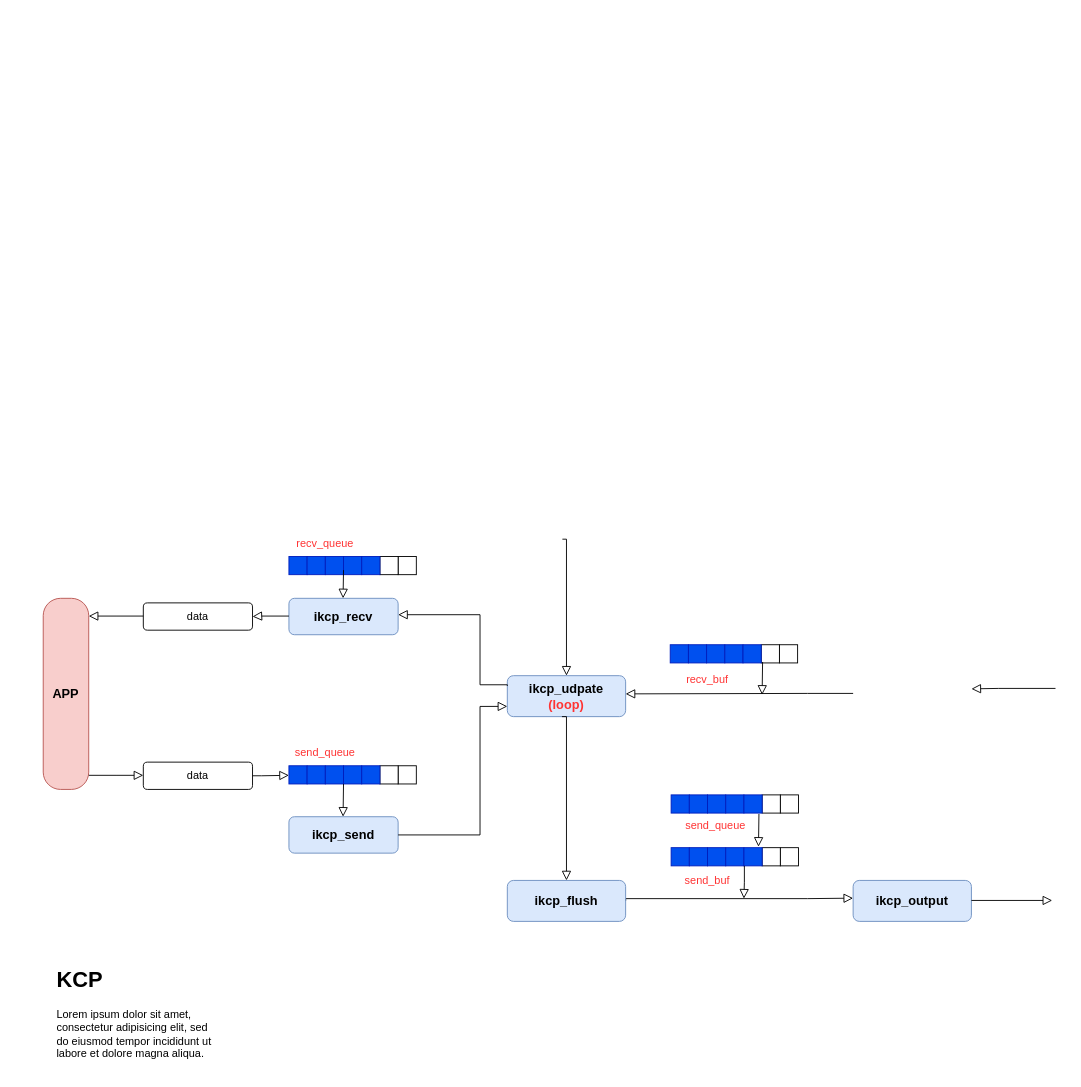
Above: kcp-window.drawio in homike/media (draw.io), before the change. Source tidied: cells renumbered, new cells numbered last; positions are measured from the earlier drawing's top-left corner, leaving out a move shared by most shapes. Both pictures are drawn from the tidied source at 91%, with x=0, y=0 at pixel (43, 534).
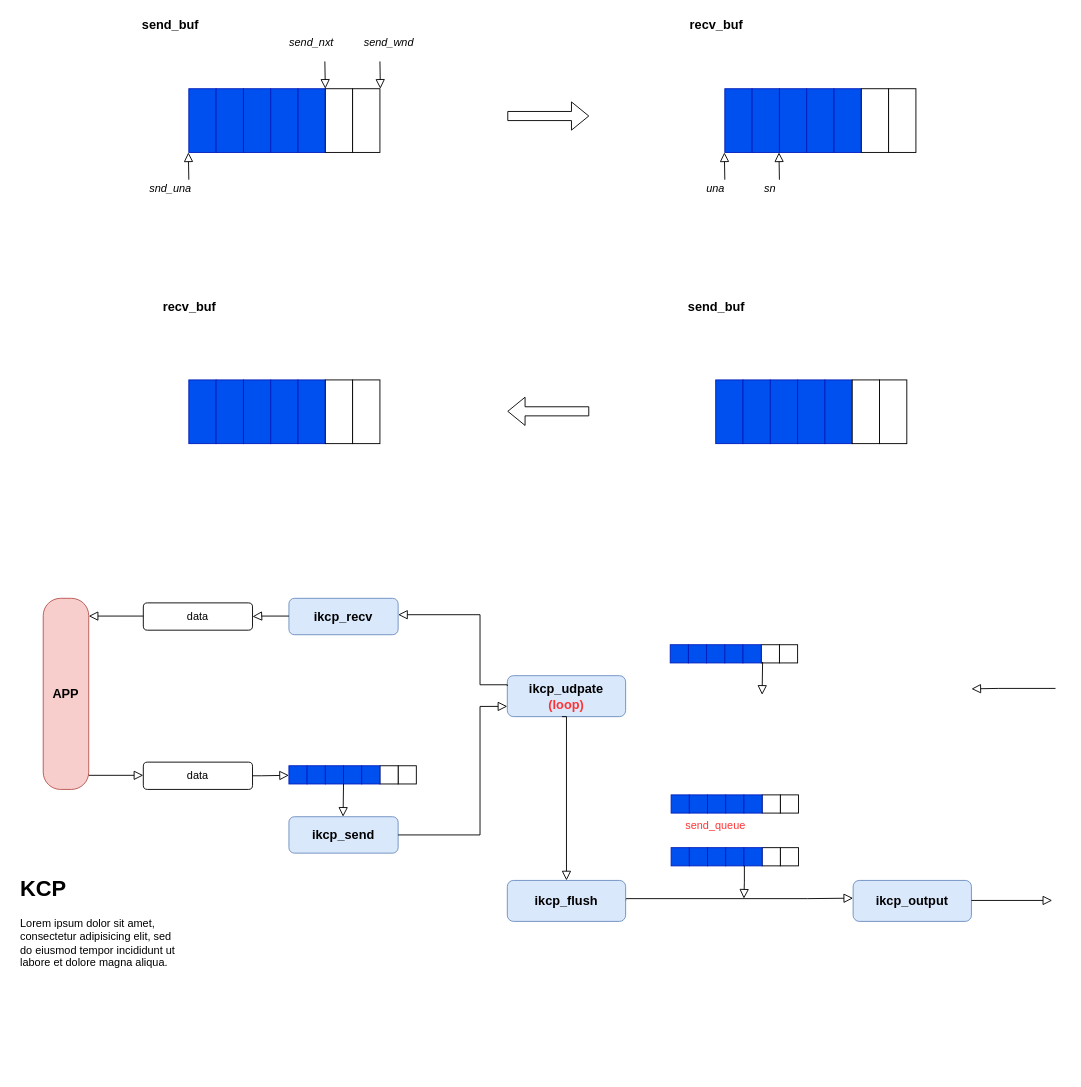
The same diagram, later.

Unchanged cells that the change refers to:
```xml
<mxCell id="19" value="ikcp_udpate&lt;br&gt;&lt;font color=&quot;#ff3333&quot;&gt;(loop)&lt;/font&gt;" style="rounded=1;whiteSpace=wrap;html=1;fontSize=14;glass=0;strokeWidth=1;shadow=0;fillColor=#dae8fc;strokeColor=#6c8ebf;fontStyle=1;" parent="1" vertex="1">
  <mxGeometry x="510" y="155" width="130" height="45" as="geometry" />
</mxCell>
```

Change to the diagram source:
```diff
@@
     <mxCell id="20" style="rounded=0;whiteSpace=wrap;html=1;fillColor=#0050ef;strokeColor=#001DBC;fontColor=#ffffff;" parent="1" vertex="1">
-      <mxGeometry x="270" y="24" width="20" height="20" as="geometry" />
+      <mxGeometry x="160" y="-490" width="30" height="70" as="geometry" />
     </mxCell>
-    <mxCell id="21" style="rounded=0;whiteSpace=wrap;html=1;fillColor=#0050ef;strokeColor=#001DBC;fontColor=#ffffff;" parent="1" vertex="1">
-      <mxGeometry x="290" y="24" width="20" height="20" as="geometry" />
-    </mxCell>
-    <mxCell id="22" style="rounded=0;whiteSpace=wrap;html=1;fillColor=#0050ef;strokeColor=#001DBC;fontColor=#ffffff;" parent="1" vertex="1">
-      <mxGeometry x="310" y="24" width="20" height="20" as="geometry" />
-    </mxCell>
-    <mxCell id="23" style="rounded=0;whiteSpace=wrap;html=1;" parent="1" vertex="1">
-      <mxGeometry x="390" y="24" width="20" height="20" as="geometry" />
-    </mxCell>
-    <mxCell id="24" style="rounded=0;whiteSpace=wrap;html=1;" parent="1" vertex="1">
-      <mxGeometry x="370" y="24" width="20" height="20" as="geometry" />
-    </mxCell>
-    <mxCell id="25" style="rounded=0;whiteSpace=wrap;html=1;fillColor=#0050ef;strokeColor=#001DBC;fontColor=#ffffff;" parent="1" vertex="1">
-      <mxGeometry x="330" y="24" width="20" height="20" as="geometry" />
-    </mxCell>
-    <mxCell id="26" style="rounded=0;whiteSpace=wrap;html=1;fillColor=#0050ef;strokeColor=#001DBC;fontColor=#ffffff;" parent="1" vertex="1">
-      <mxGeometry x="350" y="24" width="20" height="20" as="geometry" />
-    </mxCell>
-    <mxCell id="27" style="rounded=0;html=1;jettySize=auto;fontSize=11;endArrow=block;endFill=0;endSize=8;strokeWidth=1;shadow=0;labelBackgroundColor=none;edgeStyle=orthogonalEdgeStyle;exitX=1;exitY=0.75;exitDx=0;exitDy=0;" parent="1" edge="1" source="22">
-      <mxGeometry y="20" relative="1" as="geometry">
-        <mxPoint x="329.5" y="70" as="targetPoint" />
-      </mxGeometry>
-    </mxCell>
@@
-    <mxCell id="31" style="rounded=0;html=1;jettySize=auto;orthogonalLoop=1;fontSize=11;endArrow=block;endFill=0;endSize=8;strokeWidth=1;shadow=0;labelBackgroundColor=none;edgeStyle=orthogonalEdgeStyle;exitX=0.067;exitY=0;exitDx=0;exitDy=0;exitPerimeter=0;" parent="1" edge="1">
-      <mxGeometry relative="1" as="geometry">
-        <mxPoint x="890" y="174.5" as="sourcePoint" />
-        <mxPoint x="640" y="175" as="targetPoint" />
-        <Array as="points">
-          <mxPoint x="840" y="175" />
-          <mxPoint x="840" y="175" />
-        </Array>
-      </mxGeometry>
-    </mxCell>
@@
-    <mxCell id="49" style="rounded=0;html=1;jettySize=auto;fontSize=11;endArrow=block;endFill=0;endSize=8;strokeWidth=1;shadow=0;labelBackgroundColor=none;edgeStyle=orthogonalEdgeStyle;exitX=1;exitY=1;exitDx=0;exitDy=0;" parent="1" edge="1" target="19">
-      <mxGeometry y="20" relative="1" as="geometry">
-        <mxPoint x="570.5" y="5" as="sourcePoint" />
-        <Array as="points">
-          <mxPoint x="575" y="5" />
-        </Array>
-      </mxGeometry>
-    </mxCell>
-    <mxCell id="50" style="rounded=0;html=1;jettySize=auto;orthogonalLoop=1;fontSize=11;endArrow=block;endFill=0;endSize=8;strokeWidth=1;shadow=0;labelBackgroundColor=none;edgeStyle=orthogonalEdgeStyle;exitX=1;exitY=1;exitDx=0;exitDy=0;" parent="1" edge="1">
+    <mxCell id="50" style="rounded=0;html=1;jettySize=auto;orthogonalLoop=1;fontSize=11;endArrow=block;endFill=0;endSize=8;strokeWidth=1;shadow=0;labelBackgroundColor=none;edgeStyle=orthogonalEdgeStyle;" parent="1" edge="1">
       <mxGeometry y="20" relative="1" as="geometry">
-        <mxPoint x="786.5" y="307" as="sourcePoint" />
-        <mxPoint x="786" y="343" as="targetPoint" />
+        <mxPoint x="160" y="-390" as="sourcePoint" />
+        <mxPoint x="159.5" y="-420" as="targetPoint" />
       </mxGeometry>
     </mxCell>
@@
-    <mxCell id="60" value="recv_buf" style="text;html=1;strokeColor=none;fillColor=none;align=center;verticalAlign=middle;whiteSpace=wrap;rounded=0;fontColor=#FF3333;" parent="1" vertex="1">
-      <mxGeometry x="710" y="149.5" width="40" height="20" as="geometry" />
+    <mxCell id="60" value="snd_una" style="text;html=1;strokeColor=none;fillColor=none;align=center;verticalAlign=middle;whiteSpace=wrap;rounded=0;fontStyle=2;" parent="1" vertex="1">
+      <mxGeometry x="120" y="-390" width="40" height="20" as="geometry" />
     </mxCell>
-    <mxCell id="61" value="send_buf" style="text;html=1;strokeColor=none;fillColor=none;align=center;verticalAlign=middle;whiteSpace=wrap;rounded=0;fontColor=#FF3333;" parent="1" vertex="1">
-      <mxGeometry x="710" y="370" width="40" height="20" as="geometry" />
+    <mxCell id="61" value="send_wnd" style="text;html=1;strokeColor=none;fillColor=none;align=center;verticalAlign=middle;whiteSpace=wrap;rounded=0;fontStyle=2;" parent="1" vertex="1">
+      <mxGeometry x="360" y="-550" width="40" height="20" as="geometry" />
     </mxCell>
@@
-    <mxCell id="65" value="recv_queue" style="text;html=1;strokeColor=none;fillColor=none;align=center;verticalAlign=middle;whiteSpace=wrap;rounded=0;fontColor=#FF3333;" parent="1" vertex="1">
-      <mxGeometry x="290" width="40" height="20" as="geometry" />
-    </mxCell>
-    <mxCell id="66" value="send_queue" style="text;html=1;strokeColor=none;fillColor=none;align=center;verticalAlign=middle;whiteSpace=wrap;rounded=0;fontColor=#FF3333;" parent="1" vertex="1">
-      <mxGeometry x="290" y="230" width="40" height="20" as="geometry" />
+    <mxCell id="66" value="send_buf" style="text;html=1;strokeColor=none;fillColor=none;align=center;verticalAlign=middle;whiteSpace=wrap;rounded=0;fontSize=14;fontStyle=1;" parent="1" vertex="1">
+      <mxGeometry x="120" y="-570" width="40" height="20" as="geometry" />
     </mxCell>
     <mxCell id="67" value="&lt;h1&gt;KCP&lt;/h1&gt;&lt;p&gt;Lorem ipsum dolor sit amet, consectetur adipisicing elit, sed do eiusmod tempor incididunt ut labore et dolore magna aliqua.&lt;/p&gt;" style="text;html=1;strokeColor=none;fillColor=none;spacing=5;spacingTop=-20;whiteSpace=wrap;overflow=hidden;rounded=0;" parent="1" vertex="1">
-      <mxGeometry x="10" y="470" width="190" height="120" as="geometry" />
+      <mxGeometry x="-30" y="370" width="190" height="120" as="geometry" />
     </mxCell>
+    <mxCell id="68" style="rounded=0;whiteSpace=wrap;html=1;fillColor=#0050ef;strokeColor=#001DBC;fontColor=#ffffff;" parent="1" vertex="1">
+      <mxGeometry x="190" y="-490" width="30" height="70" as="geometry" />
+    </mxCell>
+    <mxCell id="69" style="rounded=0;whiteSpace=wrap;html=1;fillColor=#0050ef;strokeColor=#001DBC;fontColor=#ffffff;" parent="1" vertex="1">
+      <mxGeometry x="220" y="-490" width="30" height="70" as="geometry" />
+    </mxCell>
+    <mxCell id="70" style="rounded=0;whiteSpace=wrap;html=1;fillColor=#0050ef;strokeColor=#001DBC;fontColor=#ffffff;" parent="1" vertex="1">
+      <mxGeometry x="250" y="-490" width="30" height="70" as="geometry" />
+    </mxCell>
+    <mxCell id="71" style="rounded=0;whiteSpace=wrap;html=1;fillColor=#0050ef;strokeColor=#001DBC;fontColor=#ffffff;" parent="1" vertex="1">
+      <mxGeometry x="280" y="-490" width="30" height="70" as="geometry" />
+    </mxCell>
+    <mxCell id="72" style="rounded=0;whiteSpace=wrap;html=1;" parent="1" vertex="1">
+      <mxGeometry x="310" y="-490" width="30" height="70" as="geometry" />
+    </mxCell>
+    <mxCell id="73" style="rounded=0;whiteSpace=wrap;html=1;" parent="1" vertex="1">
+      <mxGeometry x="340" y="-490" width="30" height="70" as="geometry" />
+    </mxCell>
+    <mxCell id="74" style="rounded=0;whiteSpace=wrap;html=1;fillColor=#0050ef;strokeColor=#001DBC;fontColor=#ffffff;" parent="1" vertex="1">
+      <mxGeometry x="749" y="-490" width="30" height="70" as="geometry" />
+    </mxCell>
+    <mxCell id="75" value="recv_buf" style="text;html=1;strokeColor=none;fillColor=none;align=center;verticalAlign=middle;whiteSpace=wrap;rounded=0;fontSize=14;fontStyle=1;" parent="1" vertex="1">
+      <mxGeometry x="720" y="-570" width="40" height="20" as="geometry" />
+    </mxCell>
+    <mxCell id="76" style="rounded=0;whiteSpace=wrap;html=1;fillColor=#0050ef;strokeColor=#001DBC;fontColor=#ffffff;" parent="1" vertex="1">
+      <mxGeometry x="779" y="-490" width="30" height="70" as="geometry" />
+    </mxCell>
+    <mxCell id="77" style="rounded=0;whiteSpace=wrap;html=1;fillColor=#0050ef;strokeColor=#001DBC;fontColor=#ffffff;" parent="1" vertex="1">
+      <mxGeometry x="809" y="-490" width="30" height="70" as="geometry" />
+    </mxCell>
+    <mxCell id="78" style="rounded=0;whiteSpace=wrap;html=1;fillColor=#0050ef;strokeColor=#001DBC;fontColor=#ffffff;" parent="1" vertex="1">
+      <mxGeometry x="839" y="-490" width="30" height="70" as="geometry" />
+    </mxCell>
+    <mxCell id="79" style="rounded=0;whiteSpace=wrap;html=1;fillColor=#0050ef;strokeColor=#001DBC;fontColor=#ffffff;" parent="1" vertex="1">
+      <mxGeometry x="869" y="-490" width="30" height="70" as="geometry" />
+    </mxCell>
+    <mxCell id="80" style="rounded=0;whiteSpace=wrap;html=1;" parent="1" vertex="1">
+      <mxGeometry x="899" y="-490" width="30" height="70" as="geometry" />
+    </mxCell>
+    <mxCell id="81" style="rounded=0;whiteSpace=wrap;html=1;" parent="1" vertex="1">
+      <mxGeometry x="929" y="-490" width="30" height="70" as="geometry" />
+    </mxCell>
+    <mxCell id="82" style="rounded=0;whiteSpace=wrap;html=1;fillColor=#0050ef;strokeColor=#001DBC;fontColor=#ffffff;" parent="1" vertex="1">
+      <mxGeometry x="160" y="-170" width="30" height="70" as="geometry" />
+    </mxCell>
+    <mxCell id="83" value="recv_buf" style="text;html=1;strokeColor=none;fillColor=none;align=center;verticalAlign=middle;whiteSpace=wrap;rounded=0;fontSize=14;fontStyle=1;" parent="1" vertex="1">
+      <mxGeometry x="141" y="-260" width="40" height="20" as="geometry" />
+    </mxCell>
+    <mxCell id="84" style="rounded=0;whiteSpace=wrap;html=1;fillColor=#0050ef;strokeColor=#001DBC;fontColor=#ffffff;" parent="1" vertex="1">
+      <mxGeometry x="190" y="-170" width="30" height="70" as="geometry" />
+    </mxCell>
+    <mxCell id="85" style="rounded=0;whiteSpace=wrap;html=1;fillColor=#0050ef;strokeColor=#001DBC;fontColor=#ffffff;" parent="1" vertex="1">
+      <mxGeometry x="220" y="-170" width="30" height="70" as="geometry" />
+    </mxCell>
+    <mxCell id="86" style="rounded=0;whiteSpace=wrap;html=1;fillColor=#0050ef;strokeColor=#001DBC;fontColor=#ffffff;" parent="1" vertex="1">
+      <mxGeometry x="250" y="-170" width="30" height="70" as="geometry" />
+    </mxCell>
+    <mxCell id="87" style="rounded=0;whiteSpace=wrap;html=1;fillColor=#0050ef;strokeColor=#001DBC;fontColor=#ffffff;" parent="1" vertex="1">
+      <mxGeometry x="280" y="-170" width="30" height="70" as="geometry" />
+    </mxCell>
+    <mxCell id="88" style="rounded=0;whiteSpace=wrap;html=1;" parent="1" vertex="1">
+      <mxGeometry x="310" y="-170" width="30" height="70" as="geometry" />
+    </mxCell>
+    <mxCell id="89" style="rounded=0;whiteSpace=wrap;html=1;" parent="1" vertex="1">
+      <mxGeometry x="340" y="-170" width="30" height="70" as="geometry" />
+    </mxCell>
+    <mxCell id="90" style="rounded=0;whiteSpace=wrap;html=1;fillColor=#0050ef;strokeColor=#001DBC;fontColor=#ffffff;" parent="1" vertex="1">
+      <mxGeometry x="739" y="-170" width="30" height="70" as="geometry" />
+    </mxCell>
+    <mxCell id="91" value="send_buf" style="text;html=1;strokeColor=none;fillColor=none;align=center;verticalAlign=middle;whiteSpace=wrap;rounded=0;fontSize=14;fontStyle=1;" parent="1" vertex="1">
+      <mxGeometry x="720" y="-260" width="40" height="20" as="geometry" />
+    </mxCell>
+    <mxCell id="92" style="rounded=0;whiteSpace=wrap;html=1;fillColor=#0050ef;strokeColor=#001DBC;fontColor=#ffffff;" parent="1" vertex="1">
+      <mxGeometry x="769" y="-170" width="30" height="70" as="geometry" />
+    </mxCell>
+    <mxCell id="93" style="rounded=0;whiteSpace=wrap;html=1;fillColor=#0050ef;strokeColor=#001DBC;fontColor=#ffffff;" parent="1" vertex="1">
+      <mxGeometry x="799" y="-170" width="30" height="70" as="geometry" />
+    </mxCell>
+    <mxCell id="94" style="rounded=0;whiteSpace=wrap;html=1;fillColor=#0050ef;strokeColor=#001DBC;fontColor=#ffffff;" parent="1" vertex="1">
+      <mxGeometry x="829" y="-170" width="30" height="70" as="geometry" />
+    </mxCell>
+    <mxCell id="95" style="rounded=0;whiteSpace=wrap;html=1;fillColor=#0050ef;strokeColor=#001DBC;fontColor=#ffffff;" parent="1" vertex="1">
+      <mxGeometry x="859" y="-170" width="30" height="70" as="geometry" />
+    </mxCell>
+    <mxCell id="96" style="rounded=0;whiteSpace=wrap;html=1;" parent="1" vertex="1">
+      <mxGeometry x="889" y="-170" width="30" height="70" as="geometry" />
+    </mxCell>
+    <mxCell id="97" style="rounded=0;whiteSpace=wrap;html=1;" parent="1" vertex="1">
+      <mxGeometry x="919" y="-170" width="30" height="70" as="geometry" />
+    </mxCell>
+    <mxCell id="98" style="shape=flexArrow;endArrow=classic;html=1;fontSize=14;fontColor=#000000;" parent="1" edge="1">
+      <mxGeometry relative="1" as="geometry">
+        <mxPoint x="510" y="-460" as="sourcePoint" />
+        <mxPoint x="600" y="-460" as="targetPoint" />
+      </mxGeometry>
+    </mxCell>
+    <mxCell id="99" style="shape=flexArrow;endArrow=classic;html=1;fontSize=14;fontColor=#000000;" parent="1" edge="1">
+      <mxGeometry relative="1" as="geometry">
+        <mxPoint x="600" y="-135.5" as="sourcePoint" />
+        <mxPoint x="510" y="-135.5" as="targetPoint" />
+      </mxGeometry>
+    </mxCell>
+    <mxCell id="100" style="rounded=0;html=1;jettySize=auto;orthogonalLoop=1;fontSize=11;endArrow=block;endFill=0;endSize=8;strokeWidth=1;shadow=0;labelBackgroundColor=none;edgeStyle=orthogonalEdgeStyle;" parent="1" edge="1">
+      <mxGeometry y="20" relative="1" as="geometry">
+        <mxPoint x="370" y="-520" as="sourcePoint" />
+        <mxPoint x="370.5" y="-490" as="targetPoint" />
+      </mxGeometry>
+    </mxCell>
+    <mxCell id="101" value="send_nxt" style="text;html=1;strokeColor=none;fillColor=none;align=center;verticalAlign=middle;whiteSpace=wrap;rounded=0;fontStyle=2;" parent="1" vertex="1">
+      <mxGeometry x="275" y="-550" width="40" height="20" as="geometry" />
+    </mxCell>
+    <mxCell id="102" style="rounded=0;html=1;jettySize=auto;orthogonalLoop=1;fontSize=11;endArrow=block;endFill=0;endSize=8;strokeWidth=1;shadow=0;labelBackgroundColor=none;edgeStyle=orthogonalEdgeStyle;" parent="1" edge="1">
+      <mxGeometry y="20" relative="1" as="geometry">
+        <mxPoint x="309.5" y="-520" as="sourcePoint" />
+        <mxPoint x="310" y="-490" as="targetPoint" />
+      </mxGeometry>
+    </mxCell>
+    <mxCell id="103" value="una" style="text;html=1;strokeColor=none;fillColor=none;align=center;verticalAlign=middle;whiteSpace=wrap;rounded=0;fontStyle=2;" parent="1" vertex="1">
+      <mxGeometry x="719" y="-390" width="40" height="20" as="geometry" />
+    </mxCell>
+    <mxCell id="104" style="rounded=0;html=1;jettySize=auto;orthogonalLoop=1;fontSize=11;endArrow=block;endFill=0;endSize=8;strokeWidth=1;shadow=0;labelBackgroundColor=none;edgeStyle=orthogonalEdgeStyle;" parent="1" edge="1">
+      <mxGeometry y="20" relative="1" as="geometry">
+        <mxPoint x="749" y="-390" as="sourcePoint" />
+        <mxPoint x="748.5" y="-420" as="targetPoint" />
+      </mxGeometry>
+    </mxCell>
+    <mxCell id="105" value="sn" style="text;html=1;strokeColor=none;fillColor=none;align=center;verticalAlign=middle;whiteSpace=wrap;rounded=0;fontStyle=2;" parent="1" vertex="1">
+      <mxGeometry x="779" y="-390" width="40" height="20" as="geometry" />
+    </mxCell>
+    <mxCell id="106" style="rounded=0;html=1;jettySize=auto;orthogonalLoop=1;fontSize=11;endArrow=block;endFill=0;endSize=8;strokeWidth=1;shadow=0;labelBackgroundColor=none;edgeStyle=orthogonalEdgeStyle;" parent="1" edge="1">
+      <mxGeometry y="20" relative="1" as="geometry">
+        <mxPoint x="809" y="-390" as="sourcePoint" />
+        <mxPoint x="808.5" y="-420" as="targetPoint" />
+      </mxGeometry>
+    </mxCell>
```
